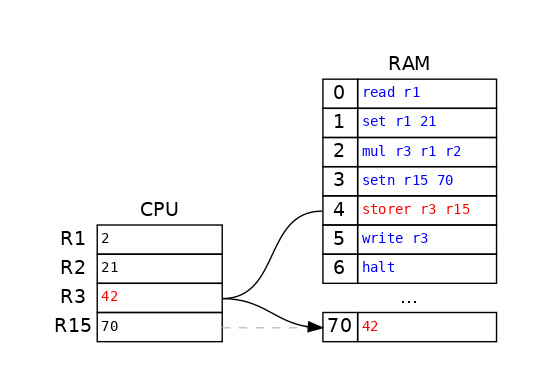
Above: topics/images/14/memory/storer_2.png in hanze-hbo-ict/programmeren (Graphviz), before the change. Its source is kept beside it as topics/images/14/memory/storer_2.dot.
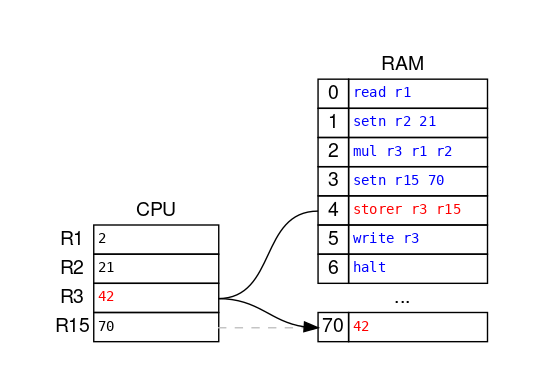
Above is the later version.

Diff of the diagram source:
```diff
@@ -38,7 +38,7 @@
         </tr>
         <tr>
             <td port="r1" width="20%">1</td>
-            <td align="left" width="100%"><font point-size="10" face="monospace" color="blue">set r1 21</font></td>
+            <td align="left" width="100%"><font point-size="10" face="monospace" color="blue">setn r2 21</font></td>
         </tr>
         <tr>
             <td port="r2">2</td>
```
